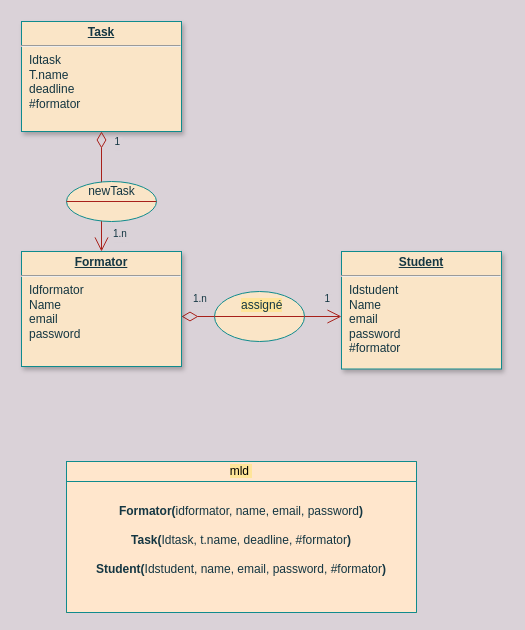
This is ConceptionMerise.drawio from Abdeladimboukrim/Class-management-app, a draw.io file, before an edit. Source tidied: cells renumbered, new cells numbered last; positions are measured from the earlier drawing's top-left corner, leaving out a move shared by most shapes. Both pictures are drawn from the tidied source at 100%, with x=0, y=0 at pixel (21, 21).
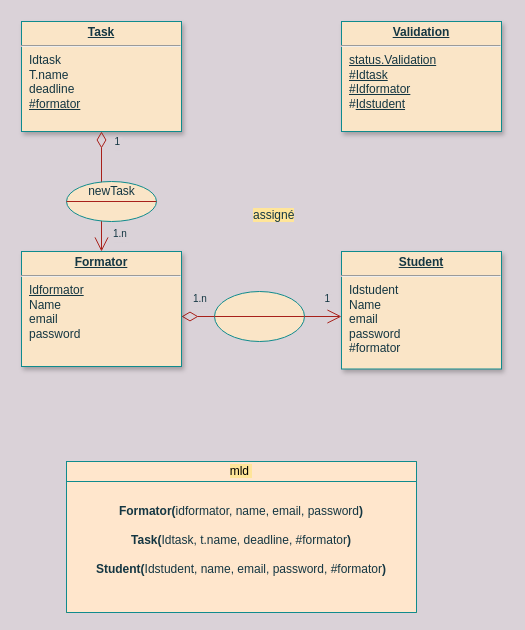
The same diagram, later.

Commit message:
add table of validate

Diff of the diagram source:
```diff
@@
-    <mxCell id="3" value="&lt;p style=&quot;margin: 0px ; margin-top: 4px ; text-align: center ; text-decoration: underline&quot;&gt;&lt;strong&gt;Task&lt;/strong&gt;&lt;/p&gt;&lt;hr&gt;&lt;p style=&quot;margin: 0px ; margin-left: 8px&quot;&gt;Idtask&lt;/p&gt;&lt;p style=&quot;margin: 0px ; margin-left: 8px&quot;&gt;T.name&lt;/p&gt;&lt;p style=&quot;margin: 0px ; margin-left: 8px&quot;&gt;deadline&lt;/p&gt;&lt;p style=&quot;margin: 0px ; margin-left: 8px&quot;&gt;#formator&lt;/p&gt;" style="verticalAlign=top;align=left;overflow=fill;fontSize=12;fontFamily=Helvetica;html=1;strokeColor=#0F8B8D;shadow=1;fillColor=#FAE5C7;fontColor=#143642;" parent="1" vertex="1">
+    <mxCell id="3" value="&lt;p style=&quot;margin: 0px ; margin-top: 4px ; text-align: center ; text-decoration: underline&quot;&gt;&lt;strong&gt;Task&lt;/strong&gt;&lt;/p&gt;&lt;hr&gt;&lt;p style=&quot;margin: 0px ; margin-left: 8px&quot;&gt;Idtask&lt;/p&gt;&lt;p style=&quot;margin: 0px ; margin-left: 8px&quot;&gt;T.name&lt;/p&gt;&lt;p style=&quot;margin: 0px ; margin-left: 8px&quot;&gt;deadline&lt;/p&gt;&lt;p style=&quot;margin: 0px ; margin-left: 8px&quot;&gt;&lt;u&gt;#formator&lt;/u&gt;&lt;/p&gt;" style="verticalAlign=top;align=left;overflow=fill;fontSize=12;fontFamily=Helvetica;html=1;strokeColor=#0F8B8D;shadow=1;fillColor=#FAE5C7;fontColor=#143642;" parent="1" vertex="1">
       <mxGeometry width="160" height="110" as="geometry" />
     </mxCell>
@@
-    <mxCell id="10" value="&lt;p style=&quot;margin: 0px ; margin-top: 4px ; text-align: center ; text-decoration: underline&quot;&gt;&lt;b&gt;Formator&lt;/b&gt;&lt;/p&gt;&lt;hr&gt;&lt;p style=&quot;margin: 0px ; margin-left: 8px&quot;&gt;Idformator&lt;/p&gt;&lt;p style=&quot;margin: 0px ; margin-left: 8px&quot;&gt;Name&lt;/p&gt;&lt;p style=&quot;margin: 0px ; margin-left: 8px&quot;&gt;email&lt;/p&gt;&lt;p style=&quot;margin: 0px ; margin-left: 8px&quot;&gt;password&lt;/p&gt;&lt;p style=&quot;margin: 0px ; margin-left: 8px&quot;&gt;&lt;br&gt;&lt;/p&gt;" style="verticalAlign=top;align=left;overflow=fill;fontSize=12;fontFamily=Helvetica;html=1;strokeColor=#0F8B8D;shadow=1;fillColor=#FAE5C7;fontColor=#143642;" parent="1" vertex="1">
+    <mxCell id="10" value="&lt;p style=&quot;margin: 0px ; margin-top: 4px ; text-align: center ; text-decoration: underline&quot;&gt;&lt;b&gt;Formator&lt;/b&gt;&lt;/p&gt;&lt;hr&gt;&lt;p style=&quot;margin: 0px ; margin-left: 8px&quot;&gt;&lt;u&gt;Idformator&lt;/u&gt;&lt;/p&gt;&lt;p style=&quot;margin: 0px ; margin-left: 8px&quot;&gt;Name&lt;/p&gt;&lt;p style=&quot;margin: 0px ; margin-left: 8px&quot;&gt;email&lt;/p&gt;&lt;p style=&quot;margin: 0px ; margin-left: 8px&quot;&gt;password&lt;/p&gt;&lt;p style=&quot;margin: 0px ; margin-left: 8px&quot;&gt;&lt;br&gt;&lt;/p&gt;" style="verticalAlign=top;align=left;overflow=fill;fontSize=12;fontFamily=Helvetica;html=1;strokeColor=#0F8B8D;shadow=1;fillColor=#FAE5C7;fontColor=#143642;" parent="1" vertex="1">
       <mxGeometry y="230" width="160" height="115" as="geometry" />
     </mxCell>
@@
     <mxCell id="22" value="&lt;span style=&quot;color: rgb(20 , 54 , 66) ; font-family: &amp;#34;helvetica&amp;#34; ; font-size: 12px ; font-style: normal ; font-weight: 400 ; letter-spacing: normal ; text-align: center ; text-indent: 0px ; text-transform: none ; word-spacing: 0px ; display: inline ; float: none ; background-color: rgb(255 , 229 , 153)&quot;&gt;assigné&lt;/span&gt;" style="text;whiteSpace=wrap;html=1;fontColor=#143642;" parent="1" vertex="1">
-      <mxGeometry x="218" y="270" width="40" height="10" as="geometry" />
+      <mxGeometry x="230" y="180" width="40" height="10" as="geometry" />
     </mxCell>
+    <mxCell id="23" value="&lt;p style=&quot;margin: 0px ; margin-top: 4px ; text-align: center ; text-decoration: underline&quot;&gt;&lt;b&gt;Validation&lt;/b&gt;&lt;/p&gt;&lt;hr&gt;&lt;p style=&quot;margin: 0px ; margin-left: 8px&quot;&gt;&lt;u&gt;status.Validation&lt;/u&gt;&lt;/p&gt;&lt;p style=&quot;margin: 0px ; margin-left: 8px&quot;&gt;&lt;span&gt;&lt;u&gt;#Idtask&lt;/u&gt;&lt;/span&gt;&lt;/p&gt;&lt;p style=&quot;margin: 0px ; margin-left: 8px&quot;&gt;&lt;u&gt;#Idformator&lt;/u&gt;&lt;/p&gt;&lt;p style=&quot;margin: 0px ; margin-left: 8px&quot;&gt;#&lt;u&gt;Idstudent&lt;/u&gt;&lt;/p&gt;" style="verticalAlign=top;align=left;overflow=fill;fontSize=12;fontFamily=Helvetica;html=1;strokeColor=#0F8B8D;shadow=1;fillColor=#FAE5C7;fontColor=#143642;" parent="1" vertex="1">
+      <mxGeometry x="320" width="160" height="110" as="geometry" />
+    </mxCell>
```
